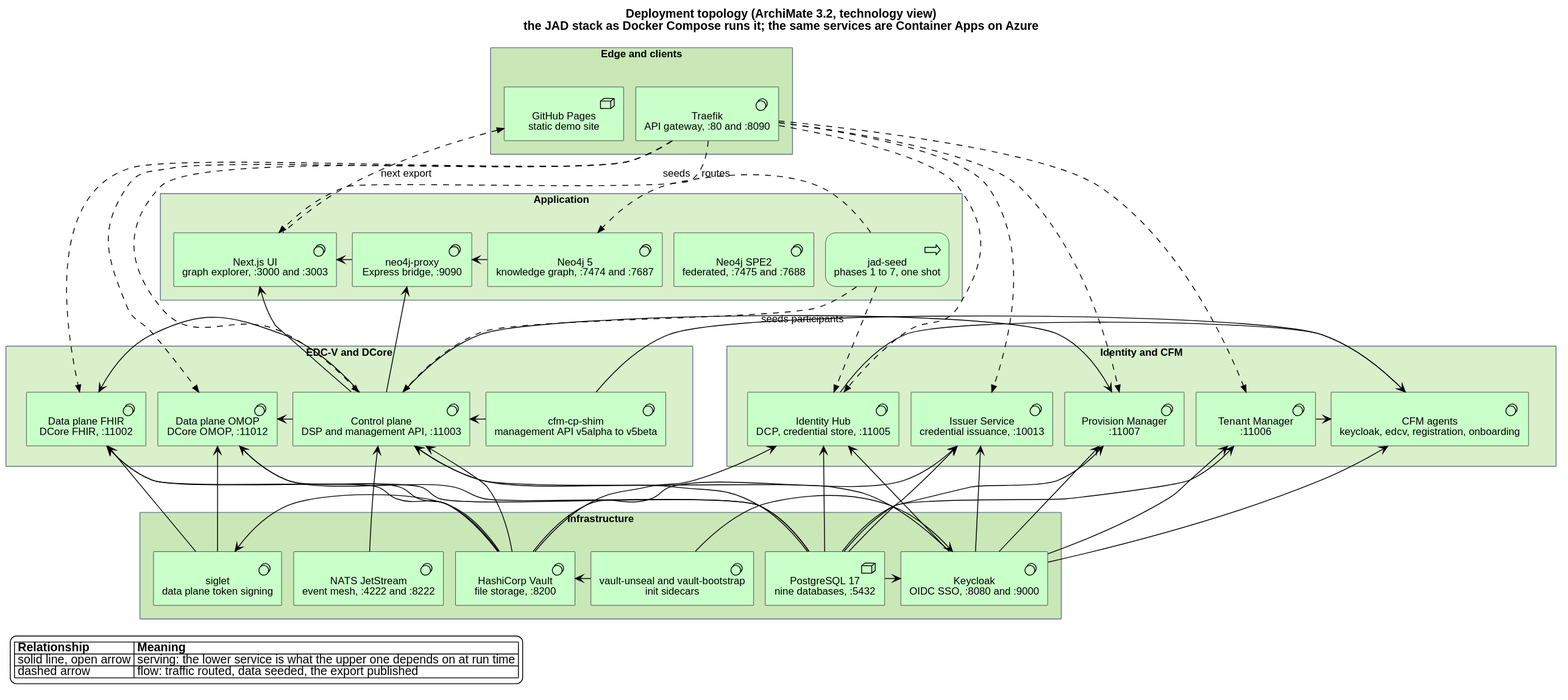
ma3u/MinimumViableHealthDataspacev2 keeps this PlantUML diagram as docs/architecture/img/deployment.svg. Above is the earlier version. The source it was exported from:
```plantuml
@startuml
!include <archimate/Archimate>
title Deployment topology (ArchiMate 3.2, technology view)\nthe JAD stack as Docker Compose runs it; the same services are Container Apps on Azure
skinparam defaultFontName Helvetica
skinparam shadowing false
skinparam nodesep 14
skinparam ranksep 46
skinparam rectangle {
  BorderColor #64748B
  FontStyle bold
}

rectangle "Edge and clients" as EDGE #C9E7B7 {
  Technology_SystemSoftware(tfk, "Traefik\nAPI gateway, :80 and :8090")
  Technology_Node(ghp, "GitHub Pages\nstatic demo site")
}
rectangle "Application" as APP #D9F0CB {
  Technology_SystemSoftware(ui, "Next.js UI\ngraph explorer, :3000 and :3003")
  Technology_SystemSoftware(proxy, "neo4j-proxy\nExpress bridge, :9090")
  Technology_SystemSoftware(neo4j, "Neo4j 5\nknowledge graph, :7474 and :7687")
  Technology_SystemSoftware(neo4j2, "Neo4j SPE2\nfederated, :7475 and :7688")
  Technology_Process(seed, "jad-seed\nphases 1 to 7, one shot")
}
rectangle "EDC-V and DCore" as EDC #D9F0CB {
  Technology_SystemSoftware(cp, "Control plane\nDSP and management API, :11003")
  Technology_SystemSoftware(dpf, "Data plane FHIR\nDCore FHIR, :11002")
  Technology_SystemSoftware(dpo, "Data plane OMOP\nDCore OMOP, :11012")
  Technology_SystemSoftware(shim, "cfm-cp-shim\nmanagement API v5alpha to v5beta")
}
rectangle "Identity and CFM" as IDM #D9F0CB {
  Technology_SystemSoftware(ih, "Identity Hub\nDCP, credential store, :11005")
  Technology_SystemSoftware(is, "Issuer Service\ncredential issuance, :10013")
  Technology_SystemSoftware(tm, "Tenant Manager\n:11006")
  Technology_SystemSoftware(pm, "Provision Manager\n:11007")
  Technology_SystemSoftware(agents, "CFM agents\nkeycloak, edcv, registration, onboarding")
}
rectangle "Infrastructure" as INFRA #C9E7B7 {
  Technology_SystemSoftware(kc, "Keycloak\nOIDC SSO, :8080 and :9000")
  Technology_Node(pg, "PostgreSQL 17\nnine databases, :5432")
  Technology_SystemSoftware(vault, "HashiCorp Vault\nfile storage, :8200")
  Technology_SystemSoftware(vu, "vault-unseal and vault-bootstrap\ninit sidecars")
  Technology_SystemSoftware(sig, "siglet\ndata plane token signing")
  Technology_SystemSoftware(nats, "NATS JetStream\nevent mesh, :4222 and :8222")
}

Rel_Flow(tfk, ui, "routes")
Rel_Flow(tfk, cp, " ")
Rel_Flow(tfk, dpf, " ")
Rel_Flow(tfk, dpo, " ")
Rel_Flow(tfk, ih, " ")
Rel_Flow(tfk, is, " ")
Rel_Flow(tfk, tm, " ")
Rel_Flow(tfk, pm, " ")
Rel_Flow_Up(ui, ghp, "next export")

Rel_Serving_Right(proxy, ui)
Rel_Serving_Up(cp, ui)
Rel_Serving_Up(cp, proxy)
Rel_Serving_Right(neo4j, proxy)
Rel_Flow_Right(seed, neo4j, "seeds")
Rel_Flow(seed, cp, "seeds participants")
Rel_Flow(seed, ih, " ")

Rel_Serving_Up(pg, cp)
Rel_Serving_Up(vault, cp)
Rel_Serving_Up(nats, cp)
Rel_Serving_Up(kc, cp)
Rel_Serving_Left(cp, dpf)
Rel_Serving_Left(cp, dpo)
Rel_Serving_Up(pg, dpf)
Rel_Serving_Up(vault, dpf)
Rel_Serving_Up(pg, dpo)
Rel_Serving_Up(vault, dpo)
Rel_Serving_Up(sig, dpf)
Rel_Serving_Up(sig, dpo)
Rel_Serving_Left(shim, cp)

Rel_Serving_Up(pg, ih)
Rel_Serving_Up(vault, ih)
Rel_Serving_Up(kc, ih)
Rel_Serving_Up(pg, is)
Rel_Serving_Up(vault, is)
Rel_Serving_Up(kc, is)
Rel_Serving_Up(pg, tm)
Rel_Serving_Up(kc, tm)
Rel_Serving_Up(pg, pm)
Rel_Serving_Up(kc, pm)
Rel_Serving_Up(cp, pm)
Rel_Serving_Up(kc, agents)
Rel_Serving_Up(shim, agents)
Rel_Serving_Right(ih, agents)
Rel_Serving_Right(tm, agents)

Rel_Serving_Right(pg, kc)
Rel_Serving_Right(vu, vault)
Rel_Serving_Right(vu, kc)
Rel_Serving_Right(vault, sig)

tfk -[hidden]right- ghp
ui -[hidden]right- proxy
proxy -[hidden]right- neo4j
neo4j -[hidden]right- neo4j2
neo4j2 -[hidden]right- seed
cp -[hidden]right- dpf
dpf -[hidden]right- dpo
dpo -[hidden]right- shim
ih -[hidden]right- is
is -[hidden]right- tm
tm -[hidden]right- pm
pm -[hidden]right- agents
kc -[hidden]right- pg
pg -[hidden]right- vault
vault -[hidden]right- vu
vu -[hidden]right- sig
sig -[hidden]right- nats
EDC -[hidden]right- IDM

legend bottom left
|= Relationship |= Meaning |
| solid line, open arrow | serving: the lower service is what the upper one depends on at run time |
| dashed arrow | flow: traffic routed, data seeded, the export published |
endlegend
@enduml
```
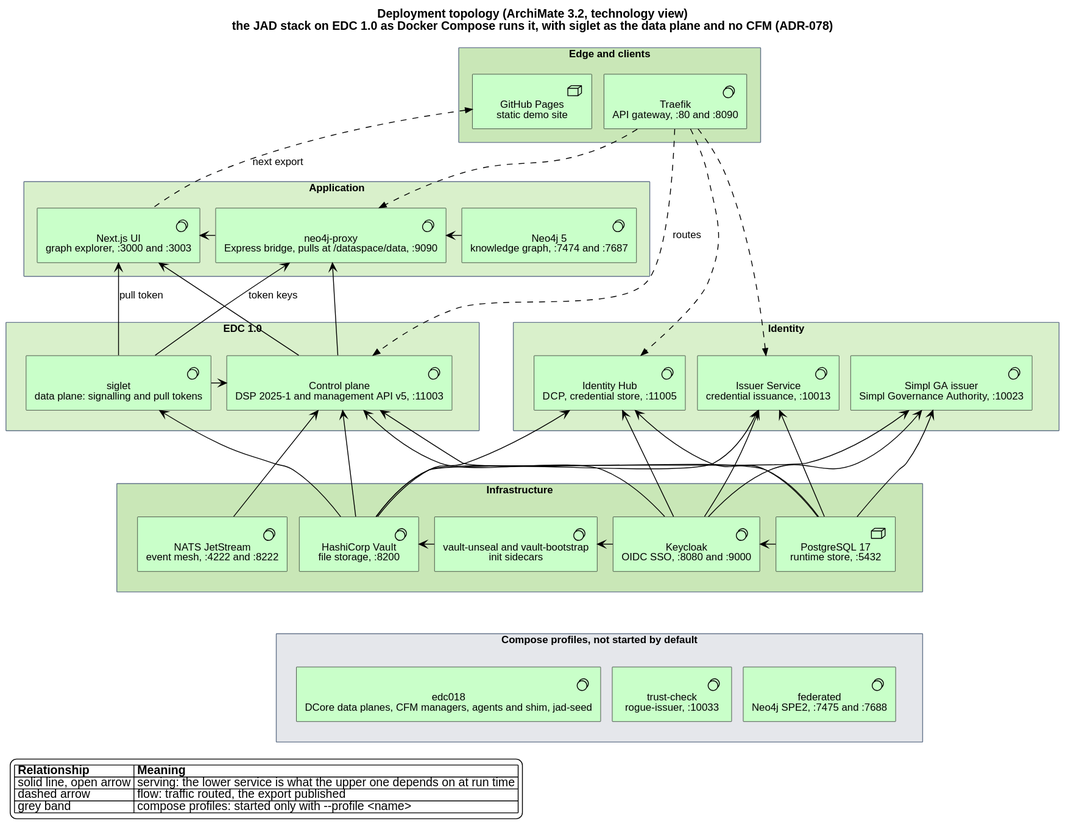
Above is the later version.

What changed in the source:
```diff
@@ -1,6 +1,6 @@
 @startuml
 !include <archimate/Archimate>
-title Deployment topology (ArchiMate 3.2, technology view)\nthe JAD stack as Docker Compose runs it; the same services are Container Apps on Azure
+title Deployment topology (ArchiMate 3.2, technology view)\nthe JAD stack on EDC 1.0 as Docker Compose runs it, with siglet as the data plane and no CFM (ADR-078)
 skinparam defaultFontName Helvetica
 skinparam shadowing false
 skinparam nodesep 14
@@ -16,64 +16,50 @@
 }
 rectangle "Application" as APP #D9F0CB {
   Technology_SystemSoftware(ui, "Next.js UI\ngraph explorer, :3000 and :3003")
-  Technology_SystemSoftware(proxy, "neo4j-proxy\nExpress bridge, :9090")
+  Technology_SystemSoftware(proxy, "neo4j-proxy\nExpress bridge, pulls at /dataspace/data, :9090")
   Technology_SystemSoftware(neo4j, "Neo4j 5\nknowledge graph, :7474 and :7687")
-  Technology_SystemSoftware(neo4j2, "Neo4j SPE2\nfederated, :7475 and :7688")
-  Technology_Process(seed, "jad-seed\nphases 1 to 7, one shot")
 }
-rectangle "EDC-V and DCore" as EDC #D9F0CB {
-  Technology_SystemSoftware(cp, "Control plane\nDSP and management API, :11003")
-  Technology_SystemSoftware(dpf, "Data plane FHIR\nDCore FHIR, :11002")
-  Technology_SystemSoftware(dpo, "Data plane OMOP\nDCore OMOP, :11012")
-  Technology_SystemSoftware(shim, "cfm-cp-shim\nmanagement API v5alpha to v5beta")
+rectangle "EDC 1.0" as EDC #D9F0CB {
+  Technology_SystemSoftware(cp, "Control plane\nDSP 2025-1 and management API v5, :11003")
+  Technology_SystemSoftware(sig, "siglet\ndata plane: signalling and pull tokens")
 }
-rectangle "Identity and CFM" as IDM #D9F0CB {
+rectangle "Identity" as IDM #D9F0CB {
   Technology_SystemSoftware(ih, "Identity Hub\nDCP, credential store, :11005")
   Technology_SystemSoftware(is, "Issuer Service\ncredential issuance, :10013")
-  Technology_SystemSoftware(tm, "Tenant Manager\n:11006")
-  Technology_SystemSoftware(pm, "Provision Manager\n:11007")
-  Technology_SystemSoftware(agents, "CFM agents\nkeycloak, edcv, registration, onboarding")
+  Technology_SystemSoftware(sga, "Simpl GA issuer\nSimpl Governance Authority, :10023")
 }
 rectangle "Infrastructure" as INFRA #C9E7B7 {
   Technology_SystemSoftware(kc, "Keycloak\nOIDC SSO, :8080 and :9000")
-  Technology_Node(pg, "PostgreSQL 17\nnine databases, :5432")
+  Technology_Node(pg, "PostgreSQL 17\nruntime store, :5432")
   Technology_SystemSoftware(vault, "HashiCorp Vault\nfile storage, :8200")
   Technology_SystemSoftware(vu, "vault-unseal and vault-bootstrap\ninit sidecars")
-  Technology_SystemSoftware(sig, "siglet\ndata plane token signing")
   Technology_SystemSoftware(nats, "NATS JetStream\nevent mesh, :4222 and :8222")
 }
+rectangle "Compose profiles, not started by default" as PROF #E5E7EB {
+  Technology_SystemSoftware(e018, "edc018\nDCore data planes, CFM managers, agents and shim, jad-seed")
+  Technology_SystemSoftware(trust, "trust-check\nrogue-issuer, :10033")
+  Technology_SystemSoftware(fed, "federated\nNeo4j SPE2, :7475 and :7688")
+}
 
-Rel_Flow(tfk, ui, "routes")
-Rel_Flow(tfk, cp, " ")
-Rel_Flow(tfk, dpf, " ")
-Rel_Flow(tfk, dpo, " ")
+Rel_Flow(tfk, cp, "routes")
+Rel_Flow(tfk, proxy, " ")
 Rel_Flow(tfk, ih, " ")
 Rel_Flow(tfk, is, " ")
-Rel_Flow(tfk, tm, " ")
-Rel_Flow(tfk, pm, " ")
 Rel_Flow_Up(ui, ghp, "next export")
 
 Rel_Serving_Right(proxy, ui)
 Rel_Serving_Up(cp, ui)
 Rel_Serving_Up(cp, proxy)
 Rel_Serving_Right(neo4j, proxy)
-Rel_Flow_Right(seed, neo4j, "seeds")
-Rel_Flow(seed, cp, "seeds participants")
-Rel_Flow(seed, ih, " ")
+Rel_Serving_Up(sig, ui, "pull token")
+Rel_Serving_Up(sig, proxy, "token keys")
 
 Rel_Serving_Up(pg, cp)
 Rel_Serving_Up(vault, cp)
 Rel_Serving_Up(nats, cp)
 Rel_Serving_Up(kc, cp)
-Rel_Serving_Left(cp, dpf)
-Rel_Serving_Left(cp, dpo)
-Rel_Serving_Up(pg, dpf)
-Rel_Serving_Up(vault, dpf)
-Rel_Serving_Up(pg, dpo)
-Rel_Serving_Up(vault, dpo)
-Rel_Serving_Up(sig, dpf)
-Rel_Serving_Up(sig, dpo)
-Rel_Serving_Left(shim, cp)
+Rel_Serving_Left(sig, cp)
+Rel_Serving_Up(vault, sig)
 
 Rel_Serving_Up(pg, ih)
 Rel_Serving_Up(vault, ih)
@@ -81,43 +67,33 @@
 Rel_Serving_Up(pg, is)
 Rel_Serving_Up(vault, is)
 Rel_Serving_Up(kc, is)
-Rel_Serving_Up(pg, tm)
-Rel_Serving_Up(kc, tm)
-Rel_Serving_Up(pg, pm)
-Rel_Serving_Up(kc, pm)
-Rel_Serving_Up(cp, pm)
-Rel_Serving_Up(kc, agents)
-Rel_Serving_Up(shim, agents)
-Rel_Serving_Right(ih, agents)
-Rel_Serving_Right(tm, agents)
+Rel_Serving_Up(pg, sga)
+Rel_Serving_Up(vault, sga)
+Rel_Serving_Up(kc, sga)
 
-Rel_Serving_Right(pg, kc)
-Rel_Serving_Right(vu, vault)
-Rel_Serving_Right(vu, kc)
-Rel_Serving_Right(vault, sig)
+Rel_Serving_Left(pg, kc)
+Rel_Serving_Left(kc, vu)
+Rel_Serving_Left(vu, vault)
 
 tfk -[hidden]right- ghp
 ui -[hidden]right- proxy
 proxy -[hidden]right- neo4j
-neo4j -[hidden]right- neo4j2
-neo4j2 -[hidden]right- seed
-cp -[hidden]right- dpf
-dpf -[hidden]right- dpo
-dpo -[hidden]right- shim
+cp -[hidden]right- sig
 ih -[hidden]right- is
-is -[hidden]right- tm
-tm -[hidden]right- pm
-pm -[hidden]right- agents
+is -[hidden]right- sga
+nats -[hidden]right- vault
+vault -[hidden]right- vu
+vu -[hidden]right- kc
 kc -[hidden]right- pg
-pg -[hidden]right- vault
-vault -[hidden]right- vu
-vu -[hidden]right- sig
-sig -[hidden]right- nats
 EDC -[hidden]right- IDM
+INFRA -[hidden]down- PROF
+e018 -[hidden]right- trust
+trust -[hidden]right- fed
 
 legend bottom left
 |= Relationship |= Meaning |
 | solid line, open arrow | serving: the lower service is what the upper one depends on at run time |
-| dashed arrow | flow: traffic routed, data seeded, the export published |
+| dashed arrow | flow: traffic routed, the export published |
+| grey band | compose profiles: started only with --profile <name> |
 endlegend
 @enduml
```
